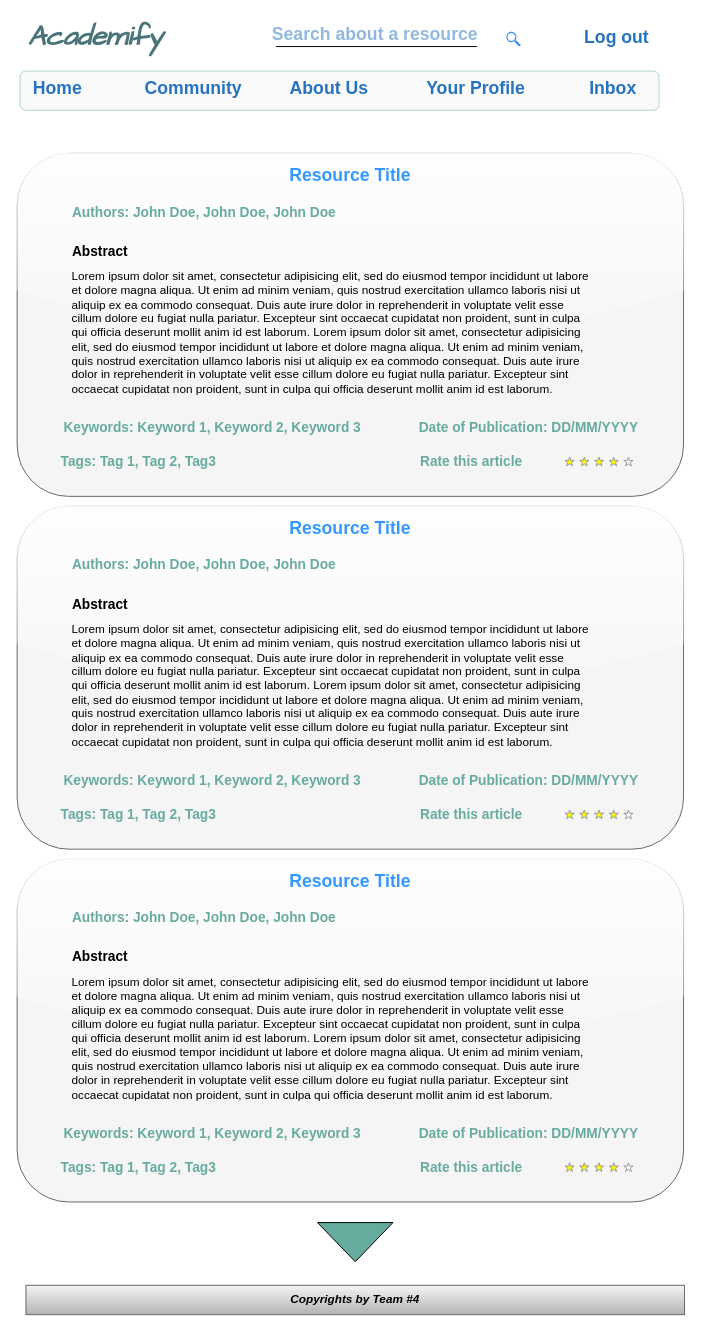
The draw.io diagram Project Design/Wireframes/Home Page.drawio in muhammed-ayman/ScholarStack, before the edit. Source tidied: cells renumbered, new cells numbered last; positions are measured from the earlier drawing's top-left corner, leaving out a move shared by most shapes. Both pictures are drawn from the tidied source at 98%, with x=0, y=0 at pixel (17, 18).
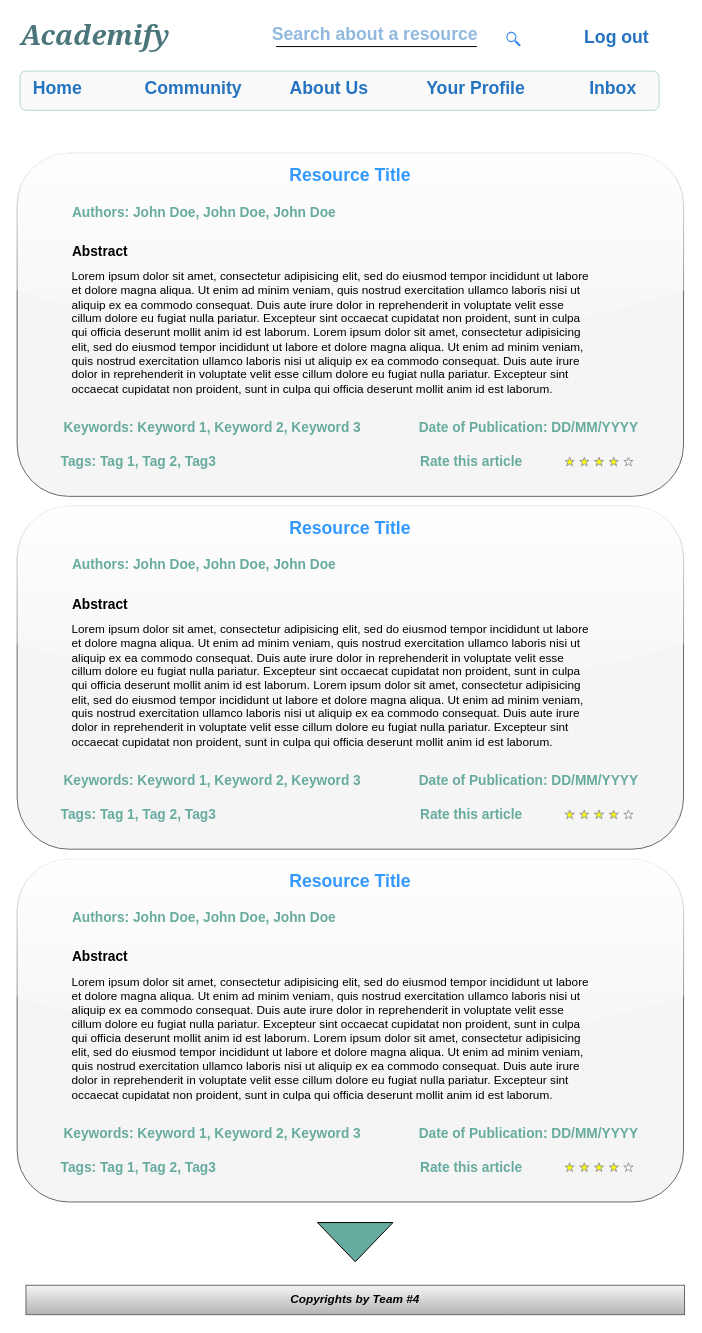
The same page after the edit.

What changed in the source:
```diff
@@
-    <mxCell id="4" value="Academify" style="text;spacingTop=-5;fontSize=28;fontStyle=3;align=center;horizontal=1;verticalAlign=middle;fontFamily=Comic Sans MS;fontColor=#49757A;" parent="1" vertex="1">
+    <mxCell id="4" value="Academify" style="text;spacingTop=-5;fontSize=28;fontStyle=3;align=center;horizontal=1;verticalAlign=middle;fontFamily=Georgia;fontColor=#49757B;" parent="1" vertex="1">
       <mxGeometry y="0.2" width="160" height="35" as="geometry" />
     </mxCell>
```
